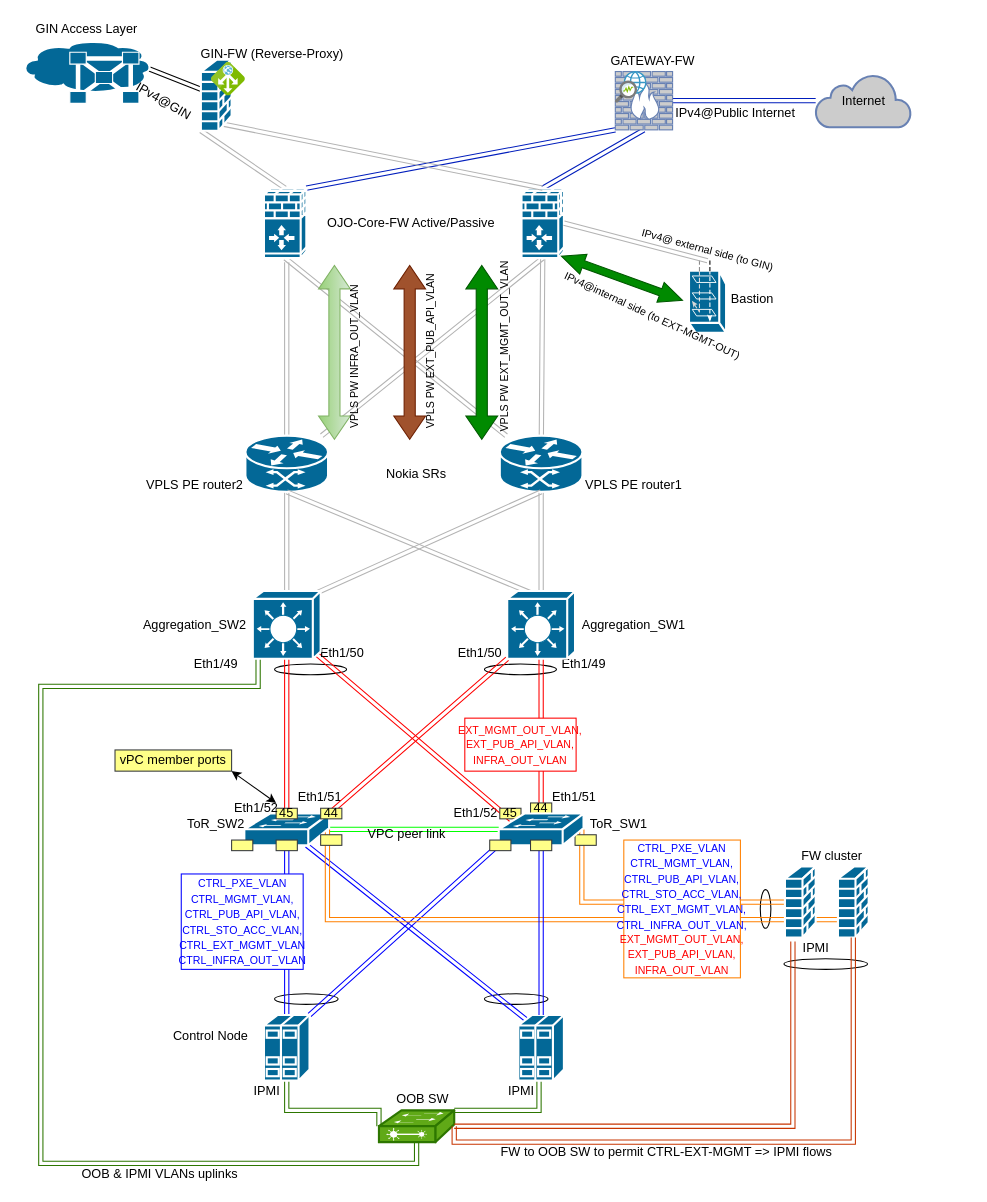
bogdanadrian-burciu/diagrams-net keeps this draw.io diagram as LLD_OPC_OJO_PE_upstream_Proxies.drawio. Above is the earlier version. Source tidied: cells renumbered, new cells numbered last; positions are measured from the earlier drawing's top-left corner, leaving out a move shared by most shapes. Both pictures are drawn from the tidied source at 106%, with x=0, y=0 at pixel (19, 18).
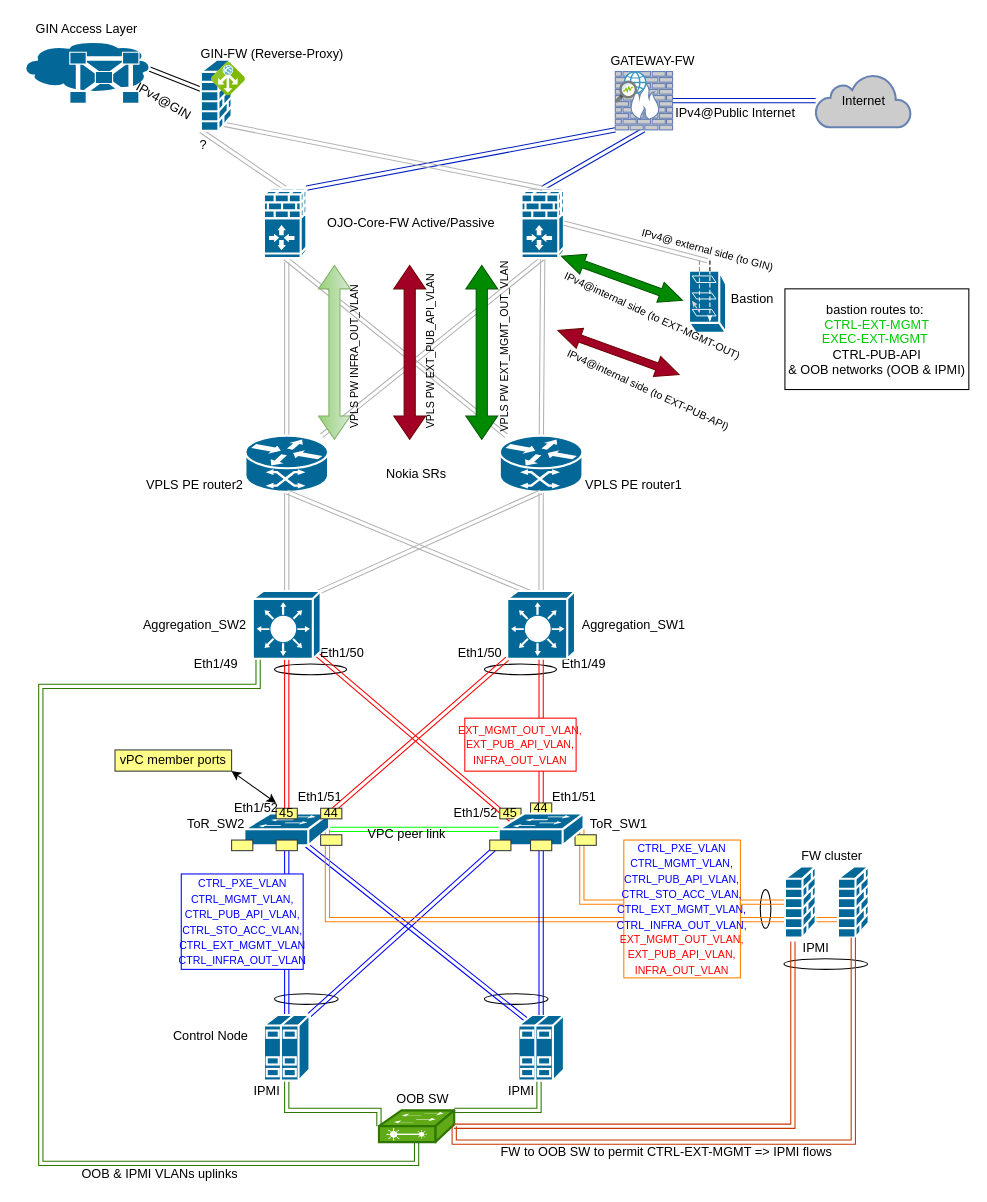
Above is the later version.

The edit, as a diff of the source:
```diff
@@
-    <mxCell id="94" style="html=1;shadow=0;dashed=0;align=center;verticalAlign=middle;shape=mxgraph.arrows2.twoWayArrow;dy=0.65;dx=22;rotation=90;fontStyle=1;fillColor=#a0522d;strokeColor=#6D1F00;fontColor=#ffffff;" parent="1" vertex="1">
+    <mxCell id="94" style="html=1;shadow=0;dashed=0;align=center;verticalAlign=middle;shape=mxgraph.arrows2.twoWayArrow;dy=0.65;dx=22;rotation=90;fontStyle=1;fillColor=#a20025;strokeColor=#6F0000;fontColor=#ffffff;" parent="1" vertex="1">
       <mxGeometry x="286" y="300" width="164" height="30" as="geometry" />
     </mxCell>
@@
+    <mxCell id="119" style="html=1;shadow=0;dashed=0;align=center;verticalAlign=middle;shape=mxgraph.arrows2.twoWayArrow;dy=0.65;dx=22;rotation=-160;fillColor=#a20025;strokeColor=#6F0000;fontColor=#ffffff;" parent="1" vertex="1">
+      <mxGeometry x="504.2" y="305" width="121.5" height="20" as="geometry" />
+    </mxCell>
+    <mxCell id="120" value="&lt;font color=&quot;#000000&quot;&gt;IPv4@internal side (to&amp;nbsp;&lt;/font&gt;&lt;span style=&quot;color: rgb(0 , 0 , 0)&quot;&gt;EXT-PUB-API)&lt;/span&gt;" style="text;html=1;align=center;verticalAlign=middle;fontSize=10;fontColor=#E6E6E6;rotation=25;" parent="1" vertex="1">
+      <mxGeometry x="503" y="340" width="180" height="20" as="geometry" />
+    </mxCell>
+    <mxCell id="121" value="bastion routes to:&amp;nbsp;&lt;br&gt;&lt;font color=&quot;#00cc00&quot;&gt;CTRL-EXT-MGMT&lt;br&gt;EXEC-EXT-MGMT&amp;nbsp;&lt;/font&gt;&lt;br&gt;CTRL-PUB-API &lt;br&gt;&amp;amp; OOB networks (OOB &amp;amp; IPMI)" style="whiteSpace=wrap;html=1;" parent="1" vertex="1">
+      <mxGeometry x="722" y="255" width="173.5" height="95" as="geometry" />
+    </mxCell>
+    <mxCell id="122" value="?" style="text;html=1;align=center;verticalAlign=middle;" parent="1" vertex="1">
+      <mxGeometry x="163" y="110" width="20" height="20" as="geometry" />
+    </mxCell>
```
